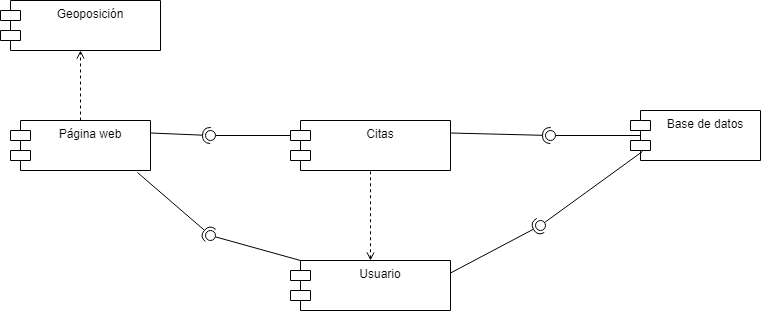
The draw.io diagram Documents/RTF1/Components diagram.png in andersonbp13/owl-devs, before a commit. Source tidied: cells renumbered, new cells last; positions are measured from the earlier drawing's top-left corner, leaving out a move shared by most shapes. Its diagram source:
```xml
<mxGraphModel>
  <root>
    <mxCell id="0" />
    <mxCell id="1" parent="0" />
    <mxCell id="2" value="Citas" style="shape=module;align=left;spacingLeft=20;align=center;verticalAlign=top;" parent="1" vertex="1">
      <mxGeometry x="290" y="120" width="160" height="50" as="geometry" />
    </mxCell>
    <mxCell id="3" value="Base de datos" style="shape=module;align=left;spacingLeft=20;align=center;verticalAlign=top;" parent="1" vertex="1">
      <mxGeometry x="630" y="110" width="130" height="50" as="geometry" />
    </mxCell>
    <mxCell id="4" style="edgeStyle=orthogonalEdgeStyle;rounded=0;jettySize=auto;html=1;exitX=0.5;exitY=0;exitDx=0;exitDy=0;entryX=0.5;entryY=1;entryDx=0;entryDy=0;dashed=1;startArrow=none;startFill=0;endArrow=open;endFill=0;" parent="1" edge="1" source="5" target="8">
      <mxGeometry relative="1" as="geometry" />
    </mxCell>
    <mxCell id="5" value="Página web" style="shape=module;align=left;spacingLeft=20;align=center;verticalAlign=top;" parent="1" vertex="1">
      <mxGeometry x="10" y="120" width="140" height="50" as="geometry" />
    </mxCell>
    <mxCell id="6" style="edgeStyle=orthogonalEdgeStyle;rounded=0;jettySize=auto;html=1;exitX=0.5;exitY=0;exitDx=0;exitDy=0;endArrow=none;endFill=0;dashed=1;startArrow=open;startFill=0;" parent="1" edge="1" source="7">
      <mxGeometry relative="1" as="geometry">
        <mxPoint x="370" y="171" as="targetPoint" />
        <Array as="points">
          <mxPoint x="370" y="171" />
        </Array>
      </mxGeometry>
    </mxCell>
    <mxCell id="7" value="Usuario" style="shape=module;align=left;spacingLeft=20;align=center;verticalAlign=top;" parent="1" vertex="1">
      <mxGeometry x="290" y="260" width="160" height="50" as="geometry" />
    </mxCell>
    <mxCell id="8" value="Geoposición" style="shape=module;align=left;spacingLeft=20;align=center;verticalAlign=top;" parent="1" vertex="1">
      <mxGeometry width="160" height="50" as="geometry" />
    </mxCell>
    <mxCell id="9" style="rounded=0;jettySize=auto;html=1;endArrow=none;endFill=0;" parent="1" edge="1" target="11">
      <mxGeometry relative="1" as="geometry">
        <mxPoint x="640" y="135" as="sourcePoint" />
      </mxGeometry>
    </mxCell>
    <mxCell id="10" style="rounded=0;jettySize=auto;html=1;endArrow=halfCircle;endFill=0;entryX=0.5;entryY=0.5;entryDx=0;entryDy=0;endSize=6;strokeWidth=1;exitX=1;exitY=0.25;exitDx=0;exitDy=0;" parent="1" edge="1" source="2" target="11">
      <mxGeometry relative="1" as="geometry" />
    </mxCell>
    <mxCell id="11" style="ellipse;whiteSpace=wrap;html=1;fontFamily=Helvetica;fontSize=12;fontColor=#000000;align=center;strokeColor=#000000;fillColor=#ffffff;points=[];" parent="1" vertex="1">
      <mxGeometry x="545" y="130" width="10" height="10" as="geometry" />
    </mxCell>
    <mxCell id="12" style="rounded=0;jettySize=auto;html=1;endArrow=none;endFill=0;exitX=0.092;exitY=0.82;exitDx=0;exitDy=0;exitPerimeter=0;" parent="1" edge="1" source="3" target="14">
      <mxGeometry relative="1" as="geometry" />
    </mxCell>
    <mxCell id="13" style="rounded=0;jettySize=auto;html=1;endArrow=halfCircle;endFill=0;entryX=0.5;entryY=0.5;entryDx=0;entryDy=0;endSize=6;strokeWidth=1;exitX=1;exitY=0.25;exitDx=0;exitDy=0;" parent="1" edge="1" source="7" target="14">
      <mxGeometry relative="1" as="geometry" />
    </mxCell>
    <mxCell id="14" style="ellipse;whiteSpace=wrap;html=1;fontFamily=Helvetica;fontSize=12;fontColor=#000000;align=center;strokeColor=#000000;fillColor=#ffffff;points=[];" parent="1" vertex="1">
      <mxGeometry x="535" y="220" width="10" height="10" as="geometry" />
    </mxCell>
    <mxCell id="15" style="rounded=0;jettySize=auto;html=1;endArrow=none;endFill=0;exitX=0;exitY=0;exitDx=10;exitDy=0;exitPerimeter=0;" parent="1" edge="1" source="7" target="17">
      <mxGeometry relative="1" as="geometry" />
    </mxCell>
    <mxCell id="16" style="rounded=0;jettySize=auto;html=1;endArrow=halfCircle;endFill=0;entryX=0.5;entryY=0.5;entryDx=0;entryDy=0;endSize=6;strokeWidth=1;exitX=0.907;exitY=1.04;exitDx=0;exitDy=0;exitPerimeter=0;" parent="1" edge="1" source="5" target="17">
      <mxGeometry relative="1" as="geometry" />
    </mxCell>
    <mxCell id="17" style="ellipse;whiteSpace=wrap;html=1;fontFamily=Helvetica;fontSize=12;fontColor=#000000;align=center;strokeColor=#000000;fillColor=#ffffff;points=[];" parent="1" vertex="1">
      <mxGeometry x="205" y="230" width="10" height="10" as="geometry" />
    </mxCell>
    <mxCell id="18" style="rounded=0;jettySize=auto;html=1;endArrow=none;endFill=0;exitX=0;exitY=0;exitDx=0;exitDy=15;exitPerimeter=0;" parent="1" edge="1" source="2" target="20">
      <mxGeometry relative="1" as="geometry" />
    </mxCell>
    <mxCell id="19" style="rounded=0;jettySize=auto;html=1;endArrow=halfCircle;endFill=0;entryX=0.5;entryY=0.5;entryDx=0;entryDy=0;endSize=6;strokeWidth=1;exitX=1;exitY=0.25;exitDx=0;exitDy=0;" parent="1" edge="1" source="5" target="20">
      <mxGeometry relative="1" as="geometry" />
    </mxCell>
    <mxCell id="20" style="ellipse;whiteSpace=wrap;html=1;fontFamily=Helvetica;fontSize=12;fontColor=#000000;align=center;strokeColor=#000000;fillColor=#ffffff;points=[];" parent="1" vertex="1">
      <mxGeometry x="205" y="130" width="10" height="10" as="geometry" />
    </mxCell>
  </root>
</mxGraphModel>
```
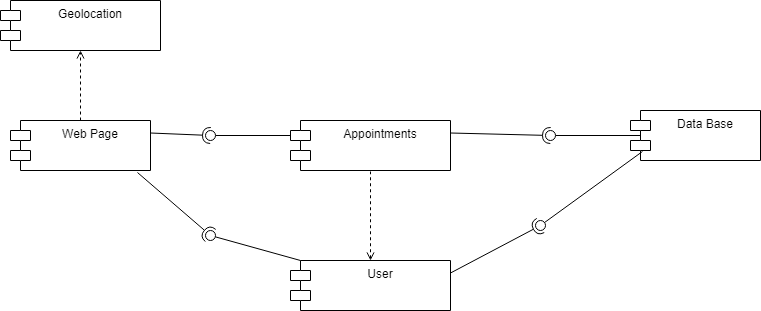
Later version of the same file.

Commit message:
RTF1 diagrams language turned to english

Diff of the diagram source:
```diff
@@ -2,16 +2,16 @@
   <root>
     <mxCell id="0" />
     <mxCell id="1" parent="0" />
-    <mxCell id="2" value="Citas" style="shape=module;align=left;spacingLeft=20;align=center;verticalAlign=top;" parent="1" vertex="1">
+    <mxCell id="2" value="Appointments" style="shape=module;align=left;spacingLeft=20;align=center;verticalAlign=top;" parent="1" vertex="1">
       <mxGeometry x="290" y="120" width="160" height="50" as="geometry" />
     </mxCell>
-    <mxCell id="3" value="Base de datos" style="shape=module;align=left;spacingLeft=20;align=center;verticalAlign=top;" parent="1" vertex="1">
+    <mxCell id="3" value="Data Base" style="shape=module;align=left;spacingLeft=20;align=center;verticalAlign=top;" parent="1" vertex="1">
       <mxGeometry x="630" y="110" width="130" height="50" as="geometry" />
     </mxCell>
     <mxCell id="4" style="edgeStyle=orthogonalEdgeStyle;rounded=0;jettySize=auto;html=1;exitX=0.5;exitY=0;exitDx=0;exitDy=0;entryX=0.5;entryY=1;entryDx=0;entryDy=0;dashed=1;startArrow=none;startFill=0;endArrow=open;endFill=0;" parent="1" edge="1" source="5" target="8">
       <mxGeometry relative="1" as="geometry" />
     </mxCell>
-    <mxCell id="5" value="Página web" style="shape=module;align=left;spacingLeft=20;align=center;verticalAlign=top;" parent="1" vertex="1">
+    <mxCell id="5" value="Web Page" style="shape=module;align=left;spacingLeft=20;align=center;verticalAlign=top;" parent="1" vertex="1">
       <mxGeometry x="10" y="120" width="140" height="50" as="geometry" />
     </mxCell>
     <mxCell id="6" style="edgeStyle=orthogonalEdgeStyle;rounded=0;jettySize=auto;html=1;exitX=0.5;exitY=0;exitDx=0;exitDy=0;endArrow=none;endFill=0;dashed=1;startArrow=open;startFill=0;" parent="1" edge="1" source="7">
@@ -22,10 +22,10 @@
         </Array>
       </mxGeometry>
     </mxCell>
-    <mxCell id="7" value="Usuario" style="shape=module;align=left;spacingLeft=20;align=center;verticalAlign=top;" parent="1" vertex="1">
+    <mxCell id="7" value="User" style="shape=module;align=left;spacingLeft=20;align=center;verticalAlign=top;" parent="1" vertex="1">
       <mxGeometry x="290" y="260" width="160" height="50" as="geometry" />
     </mxCell>
-    <mxCell id="8" value="Geoposición" style="shape=module;align=left;spacingLeft=20;align=center;verticalAlign=top;" parent="1" vertex="1">
+    <mxCell id="8" value="Geolocation" style="shape=module;align=left;spacingLeft=20;align=center;verticalAlign=top;" parent="1" vertex="1">
       <mxGeometry width="160" height="50" as="geometry" />
     </mxCell>
     <mxCell id="9" style="rounded=0;jettySize=auto;html=1;endArrow=none;endFill=0;" parent="1" edge="1" target="11">
```
